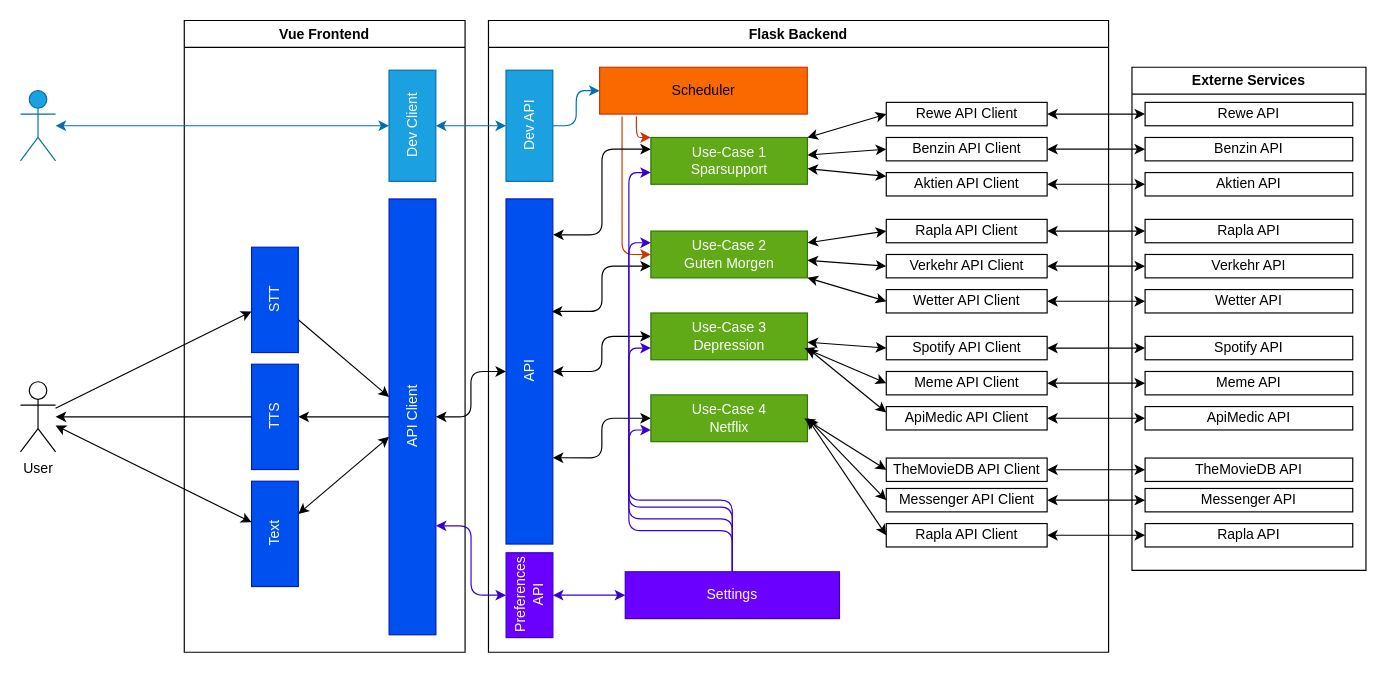
Above: docs/models/architecture.drawio in tina-hoeflich/personal-digital-agent (draw.io), before the change. Source tidied: cells renumbered, new cells numbered last; positions are measured from the earlier drawing's top-left corner, leaving out a move shared by most shapes. Both pictures are drawn from the tidied source at 117%, with x=0, y=0 at pixel (20, 20).
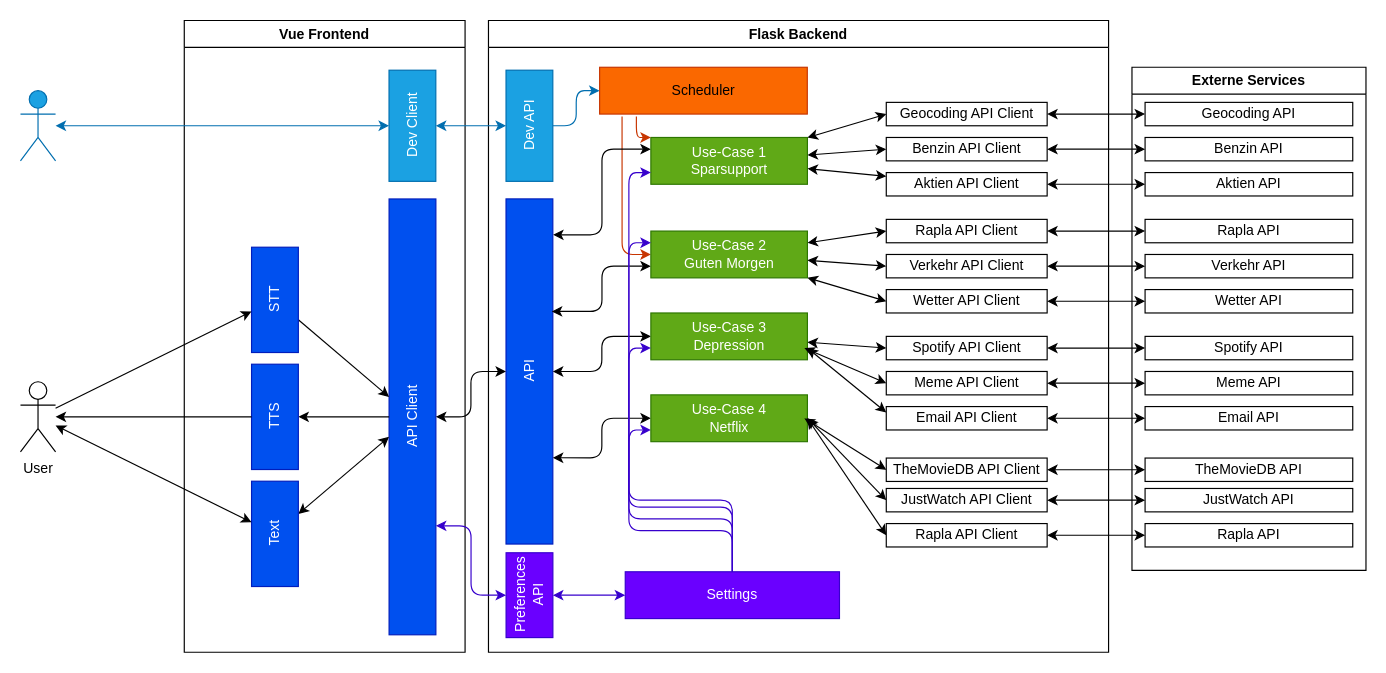
Above is the later version.

Commit message (it also covers changes not shown here):
Add sparsupport sequenz diagram

Unchanged cells that the change refers to:
```xml
<mxCell id="11" value="Flask Backend" style="swimlane;whiteSpace=wrap;html=1;" parent="1" vertex="1">
  <mxGeometry x="400" width="530" height="540" as="geometry" />
</mxCell>
<mxCell id="55" value="Externe Services" style="swimlane;whiteSpace=wrap;html=1;" parent="1" vertex="1">
  <mxGeometry x="950" y="40" width="200" height="430" as="geometry" />
</mxCell>
```

Diff of the diagram source:
```diff
@@
-    <mxCell id="40" value="Rewe API Client" style="rounded=0;whiteSpace=wrap;html=1;" parent="11" vertex="1">
+    <mxCell id="40" value="Geocoding API Client" style="rounded=0;whiteSpace=wrap;html=1;" parent="11" vertex="1">
       <mxGeometry x="340" y="70" width="137.5" height="20" as="geometry" />
     </mxCell>
@@
-    <mxCell id="49" value="ApiMedic API Client" style="rounded=0;whiteSpace=wrap;html=1;" parent="11" vertex="1">
+    <mxCell id="49" value="Email API Client" style="rounded=0;whiteSpace=wrap;html=1;" parent="11" vertex="1">
       <mxGeometry x="340" y="330" width="137.5" height="20" as="geometry" />
     </mxCell>
@@
-    <mxCell id="52" value="Messenger API Client" style="rounded=0;whiteSpace=wrap;html=1;" parent="11" vertex="1">
+    <mxCell id="52" value="JustWatch API Client" style="rounded=0;whiteSpace=wrap;html=1;" parent="11" vertex="1">
       <mxGeometry x="340" y="400" width="137.5" height="20" as="geometry" />
     </mxCell>
@@
-    <mxCell id="56" value="Rewe API" style="rounded=0;whiteSpace=wrap;html=1;" parent="55" vertex="1">
+    <mxCell id="56" value="Geocoding API" style="rounded=0;whiteSpace=wrap;html=1;" parent="55" vertex="1">
       <mxGeometry x="11.2" y="30" width="177.5" height="20" as="geometry" />
     </mxCell>
@@
-    <mxCell id="64" value="ApiMedic API" style="rounded=0;whiteSpace=wrap;html=1;" parent="55" vertex="1">
+    <mxCell id="64" value="Email API" style="rounded=0;whiteSpace=wrap;html=1;" parent="55" vertex="1">
       <mxGeometry x="11.2" y="290" width="177.5" height="20" as="geometry" />
     </mxCell>
@@
-    <mxCell id="66" value="Messenger API" style="rounded=0;whiteSpace=wrap;html=1;" parent="55" vertex="1">
+    <mxCell id="66" value="JustWatch API" style="rounded=0;whiteSpace=wrap;html=1;" parent="55" vertex="1">
       <mxGeometry x="11.2" y="360" width="177.5" height="20" as="geometry" />
     </mxCell>
```
